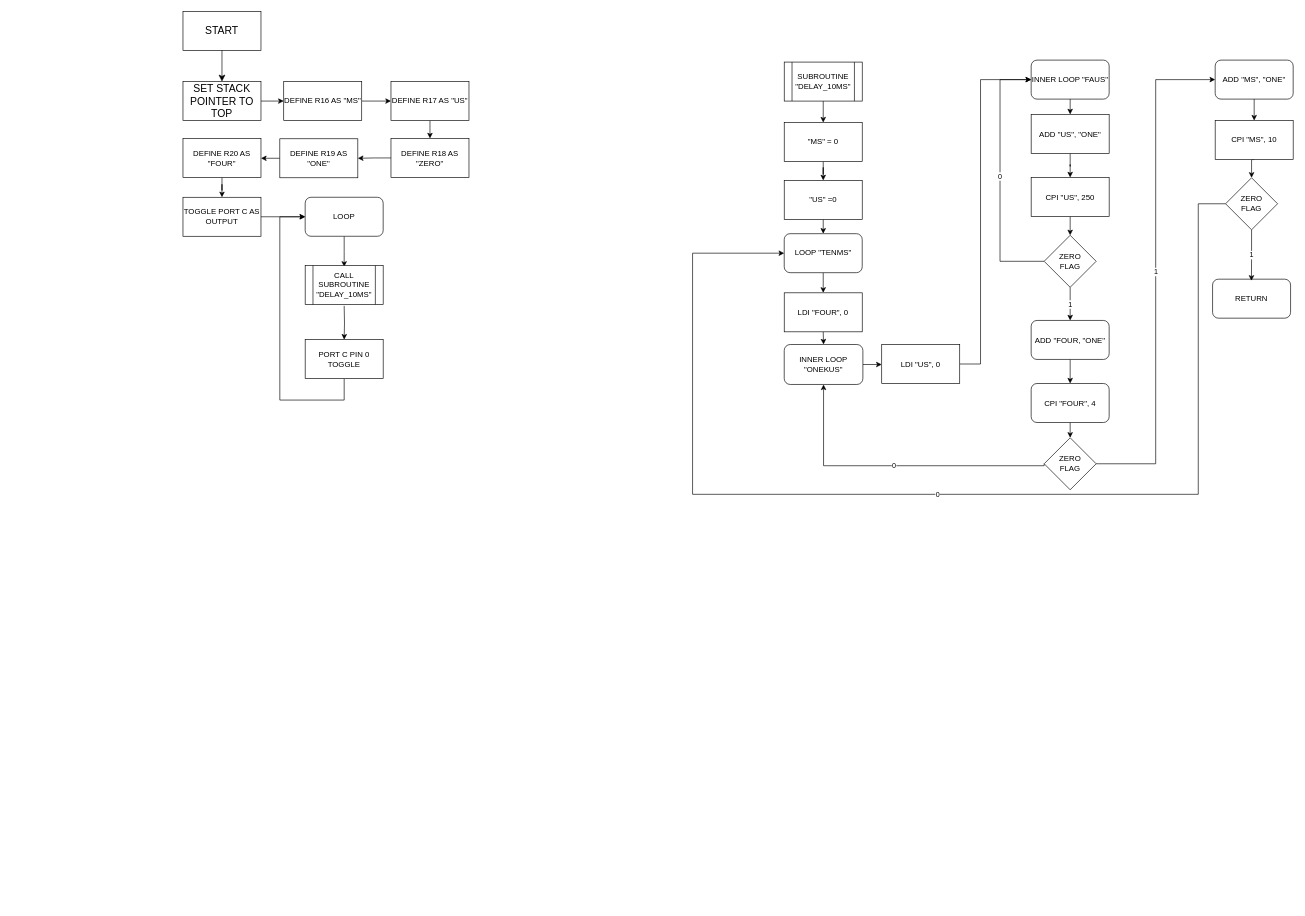
The draw.io diagram lab 2 flowcharts.drawio in S-Miller-UFL/4744lab2, before the edit. Source tidied: cells renumbered, new cells numbered last; positions are measured from the earlier drawing's top-left corner, leaving out a move shared by most shapes. Both pictures are drawn from the tidied source at 65%, with x=0, y=0 at pixel (183, 11).
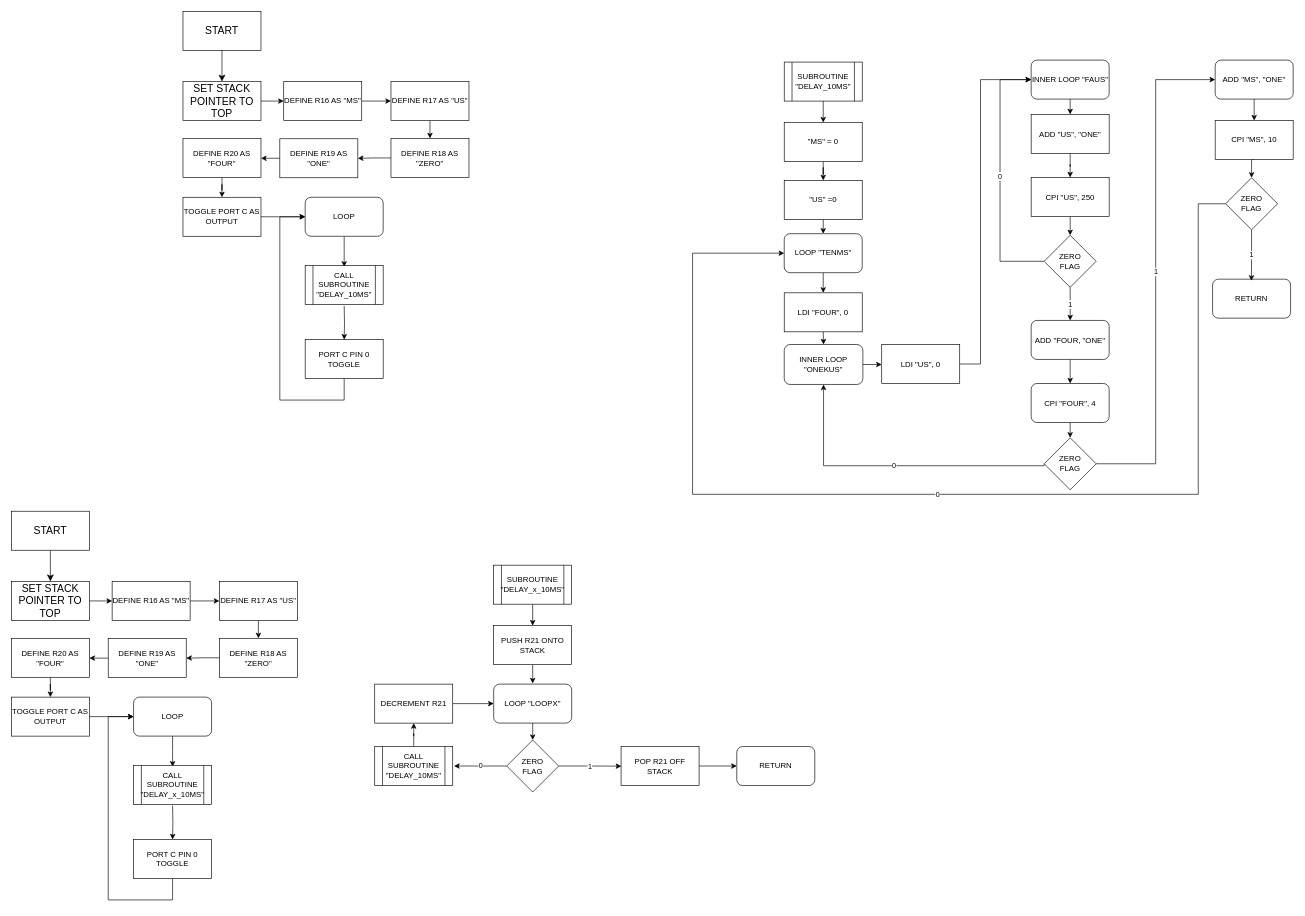
After the change.

Commit message (it also covers changes not shown here):
got delay_x_10ms working. will work on timer.

Change to the diagram source:
```diff
@@
+    <mxCell id="62" value="START" style="rounded=0;whiteSpace=wrap;html=1;fontSize=16;" parent="1" vertex="1">
+      <mxGeometry x="-264" y="769" width="120" height="60" as="geometry" />
+    </mxCell>
+    <mxCell id="63" style="endArrow=classic;html=1;rounded=0;fontSize=12;startSize=8;endSize=8;curved=1;exitX=0.5;exitY=1;exitDx=0;exitDy=0;entryX=0.5;entryY=0;entryDx=0;entryDy=0;" parent="1" edge="1" source="62" target="65">
+      <mxGeometry relative="1" as="geometry" />
+    </mxCell>
+    <mxCell id="64" style="edgeStyle=orthogonalEdgeStyle;rounded=0;jettySize=auto;html=1;exitX=1;exitY=0.5;exitDx=0;exitDy=0;entryX=0;entryY=0.5;entryDx=0;entryDy=0;" parent="1" edge="1" source="65" target="73">
+      <mxGeometry relative="1" as="geometry" />
+    </mxCell>
+    <mxCell id="65" value="SET STACK POINTER TO TOP" style="rounded=0;whiteSpace=wrap;html=1;fontSize=16;" parent="1" vertex="1">
+      <mxGeometry x="-264" y="877" width="120" height="60" as="geometry" />
+    </mxCell>
+    <mxCell id="66" style="edgeStyle=orthogonalEdgeStyle;rounded=0;jettySize=auto;html=1;exitX=0.5;exitY=1;exitDx=0;exitDy=0;entryX=0.5;entryY=0;entryDx=0;entryDy=0;" parent="1" edge="1" source="67">
+      <mxGeometry relative="1" as="geometry">
+        <mxPoint x="-16" y="1162" as="targetPoint" />
+      </mxGeometry>
+    </mxCell>
+    <mxCell id="67" value="LOOP" style="rounded=1;whiteSpace=wrap;html=1;" parent="1" vertex="1">
+      <mxGeometry x="-76" y="1055" width="120" height="60" as="geometry" />
+    </mxCell>
+    <mxCell id="68" style="edgeStyle=orthogonalEdgeStyle;rounded=0;jettySize=auto;html=1;" parent="1" edge="1" target="70">
+      <mxGeometry relative="1" as="geometry">
+        <mxPoint x="-16" y="1222" as="sourcePoint" />
+      </mxGeometry>
+    </mxCell>
+    <mxCell id="69" style="edgeStyle=orthogonalEdgeStyle;rounded=0;jettySize=auto;html=1;entryX=0;entryY=0.5;entryDx=0;entryDy=0;" parent="1" edge="1" source="70" target="67">
+      <mxGeometry relative="1" as="geometry">
+        <Array as="points">
+          <mxPoint x="-16" y="1367" />
+          <mxPoint x="-115" y="1367" />
+          <mxPoint x="-115" y="1085" />
+        </Array>
+      </mxGeometry>
+    </mxCell>
+    <mxCell id="70" value="PORT C PIN 0 TOGGLE" style="whiteSpace=wrap;html=1;rounded=0;" parent="1" vertex="1">
+      <mxGeometry x="-76" y="1274" width="120" height="60" as="geometry" />
+    </mxCell>
+    <mxCell id="71" value="CALL SUBROUTINE &quot;DELAY_x_10MS&quot;" style="shape=process;whiteSpace=wrap;html=1;backgroundOutline=1;" parent="1" vertex="1">
+      <mxGeometry x="-76" y="1160" width="120" height="60" as="geometry" />
+    </mxCell>
+    <mxCell id="72" style="edgeStyle=orthogonalEdgeStyle;rounded=0;jettySize=auto;html=1;exitX=1;exitY=0.5;exitDx=0;exitDy=0;entryX=0;entryY=0.5;entryDx=0;entryDy=0;" parent="1" edge="1" source="73" target="75">
+      <mxGeometry relative="1" as="geometry" />
+    </mxCell>
+    <mxCell id="73" value="DEFINE R16 AS &quot;MS&quot;" style="rounded=0;whiteSpace=wrap;html=1;" parent="1" vertex="1">
+      <mxGeometry x="-109" y="877" width="120" height="60" as="geometry" />
+    </mxCell>
+    <mxCell id="74" style="edgeStyle=orthogonalEdgeStyle;rounded=0;jettySize=auto;html=1;exitX=0.5;exitY=1;exitDx=0;exitDy=0;entryX=0.5;entryY=0;entryDx=0;entryDy=0;" parent="1" edge="1" source="75" target="77">
+      <mxGeometry relative="1" as="geometry" />
+    </mxCell>
+    <mxCell id="75" value="DEFINE R17 AS &quot;US&quot;" style="whiteSpace=wrap;html=1;rounded=0;" parent="1" vertex="1">
+      <mxGeometry x="56" y="877" width="120" height="60" as="geometry" />
+    </mxCell>
+    <mxCell id="76" style="edgeStyle=orthogonalEdgeStyle;rounded=0;jettySize=auto;html=1;exitX=0;exitY=0.5;exitDx=0;exitDy=0;entryX=1;entryY=0.5;entryDx=0;entryDy=0;" parent="1" edge="1" source="77" target="79">
+      <mxGeometry relative="1" as="geometry" />
+    </mxCell>
+    <mxCell id="77" value="DEFINE R18 AS &quot;ZERO&quot;" style="rounded=0;whiteSpace=wrap;html=1;" parent="1" vertex="1">
+      <mxGeometry x="56" y="964.5" width="120" height="60" as="geometry" />
+    </mxCell>
+    <mxCell id="78" style="edgeStyle=orthogonalEdgeStyle;rounded=0;jettySize=auto;html=1;exitX=0;exitY=0.5;exitDx=0;exitDy=0;entryX=1;entryY=0.5;entryDx=0;entryDy=0;" parent="1" edge="1" source="79" target="81">
+      <mxGeometry relative="1" as="geometry" />
+    </mxCell>
+    <mxCell id="79" value="DEFINE R19 AS &quot;ONE&quot;" style="whiteSpace=wrap;html=1;rounded=0;" parent="1" vertex="1">
+      <mxGeometry x="-115" y="965" width="120" height="60" as="geometry" />
+    </mxCell>
+    <mxCell id="80" style="edgeStyle=orthogonalEdgeStyle;rounded=0;jettySize=auto;html=1;" parent="1" edge="1" source="81" target="83">
+      <mxGeometry relative="1" as="geometry" />
+    </mxCell>
+    <mxCell id="81" value="DEFINE R20 AS &quot;FOUR&quot;" style="whiteSpace=wrap;html=1;rounded=0;" parent="1" vertex="1">
+      <mxGeometry x="-264" y="964.5" width="120" height="60" as="geometry" />
+    </mxCell>
+    <mxCell id="82" style="edgeStyle=orthogonalEdgeStyle;rounded=0;jettySize=auto;html=1;exitX=1;exitY=0.5;exitDx=0;exitDy=0;entryX=0;entryY=0.5;entryDx=0;entryDy=0;" parent="1" edge="1" source="83" target="67">
+      <mxGeometry relative="1" as="geometry" />
+    </mxCell>
+    <mxCell id="83" value="TOGGLE PORT C AS OUTPUT" style="whiteSpace=wrap;html=1;rounded=0;" parent="1" vertex="1">
+      <mxGeometry x="-264" y="1055" width="120" height="60" as="geometry" />
+    </mxCell>
+    <mxCell id="84" style="edgeStyle=orthogonalEdgeStyle;rounded=0;jettySize=auto;html=1;exitX=0.5;exitY=1;exitDx=0;exitDy=0;entryX=0.5;entryY=0;entryDx=0;entryDy=0;" parent="1" edge="1" source="85" target="89">
+      <mxGeometry relative="1" as="geometry" />
+    </mxCell>
+    <mxCell id="85" value="SUBROUTINE &quot;DELAY_x_10MS&quot;" style="shape=process;whiteSpace=wrap;html=1;backgroundOutline=1;" parent="1" vertex="1">
+      <mxGeometry x="478" y="852" width="120" height="60" as="geometry" />
+    </mxCell>
+    <mxCell id="86" style="edgeStyle=orthogonalEdgeStyle;rounded=0;jettySize=auto;html=1;exitX=0.5;exitY=1;exitDx=0;exitDy=0;entryX=0.5;entryY=0;entryDx=0;entryDy=0;" parent="1" edge="1" source="87" target="92">
+      <mxGeometry relative="1" as="geometry" />
+    </mxCell>
+    <mxCell id="87" value="LOOP &quot;LOOPX&quot;" style="rounded=1;whiteSpace=wrap;html=1;" parent="1" vertex="1">
+      <mxGeometry x="478" y="1035" width="120" height="60" as="geometry" />
+    </mxCell>
+    <mxCell id="88" style="edgeStyle=orthogonalEdgeStyle;rounded=0;jettySize=auto;html=1;" parent="1" edge="1" source="89">
+      <mxGeometry relative="1" as="geometry">
+        <mxPoint x="538.1" y="1034" as="targetPoint" />
+      </mxGeometry>
+    </mxCell>
+    <mxCell id="89" value="PUSH R21 ONTO STACK" style="rounded=0;whiteSpace=wrap;html=1;" parent="1" vertex="1">
+      <mxGeometry x="478" y="945" width="120" height="60" as="geometry" />
+    </mxCell>
+    <mxCell id="90" value="1" style="edgeStyle=orthogonalEdgeStyle;rounded=0;jettySize=auto;html=1;exitX=1;exitY=0.5;exitDx=0;exitDy=0;" parent="1" edge="1" source="92">
+      <mxGeometry relative="1" as="geometry">
+        <mxPoint x="674.4" y="1161.2" as="targetPoint" />
+      </mxGeometry>
+    </mxCell>
+    <mxCell id="91" value="0" style="edgeStyle=orthogonalEdgeStyle;rounded=0;jettySize=auto;html=1;exitX=0;exitY=0.5;exitDx=0;exitDy=0;" parent="1" edge="1" source="92">
+      <mxGeometry relative="1" as="geometry">
+        <mxPoint x="417" y="1161" as="targetPoint" />
+      </mxGeometry>
+    </mxCell>
+    <mxCell id="92" value="ZERO&lt;br&gt;FLAG" style="rhombus;whiteSpace=wrap;html=1;" parent="1" vertex="1">
+      <mxGeometry x="498" y="1121" width="80" height="80" as="geometry" />
+    </mxCell>
+    <mxCell id="93" style="edgeStyle=orthogonalEdgeStyle;rounded=0;jettySize=auto;html=1;exitX=1;exitY=0.5;exitDx=0;exitDy=0;entryX=0;entryY=0.5;entryDx=0;entryDy=0;" parent="1" edge="1" source="94" target="95">
+      <mxGeometry relative="1" as="geometry" />
+    </mxCell>
+    <mxCell id="94" value="POP R21 OFF STACK" style="rounded=0;whiteSpace=wrap;html=1;" parent="1" vertex="1">
+      <mxGeometry x="674" y="1131" width="120" height="60" as="geometry" />
+    </mxCell>
+    <mxCell id="95" value="RETURN" style="rounded=1;whiteSpace=wrap;html=1;" parent="1" vertex="1">
+      <mxGeometry x="852" y="1131" width="120" height="60" as="geometry" />
+    </mxCell>
+    <mxCell id="96" style="edgeStyle=orthogonalEdgeStyle;rounded=0;jettySize=auto;html=1;" parent="1" edge="1" source="97" target="99">
+      <mxGeometry relative="1" as="geometry" />
+    </mxCell>
+    <mxCell id="97" value="CALL SUBROUTINE &quot;DELAY_10MS&quot;" style="shape=process;whiteSpace=wrap;html=1;backgroundOutline=1;" parent="1" vertex="1">
+      <mxGeometry x="295" y="1131" width="120" height="60" as="geometry" />
+    </mxCell>
+    <mxCell id="98" style="edgeStyle=orthogonalEdgeStyle;rounded=0;jettySize=auto;html=1;exitX=1;exitY=0.5;exitDx=0;exitDy=0;entryX=0;entryY=0.5;entryDx=0;entryDy=0;" parent="1" edge="1" source="99" target="87">
+      <mxGeometry relative="1" as="geometry" />
+    </mxCell>
+    <mxCell id="99" value="DECREMENT R21" style="whiteSpace=wrap;html=1;" parent="1" vertex="1">
+      <mxGeometry x="295" y="1035" width="120" height="60" as="geometry" />
+    </mxCell>
```
